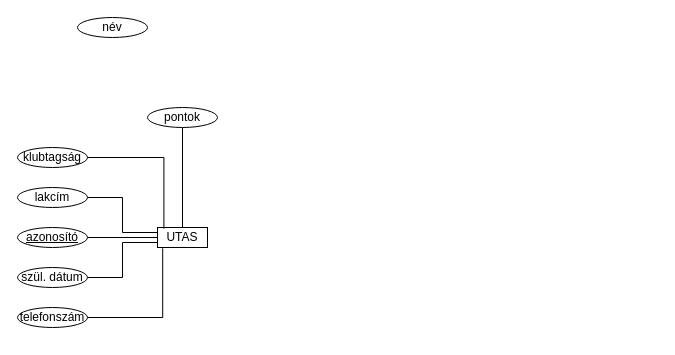
Earlier version of the draw.io diagram adatb2.drawio (Cickanylord/adatblab2). Source tidied: cells renumbered, new cells numbered last; positions are measured from the earlier drawing's top-left corner, leaving out a move shared by most shapes. Both pictures are drawn from the tidied source at 100%, with x=0, y=0 at pixel (17, 17).
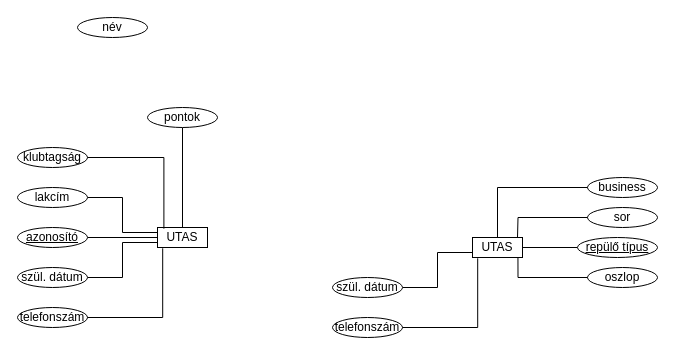
After the change.

What changed in the source:
```diff
@@
+    <mxCell id="17" value="UTAS" style="rounded=0;whiteSpace=wrap;html=1;" parent="1" vertex="1">
+      <mxGeometry x="455" y="220" width="50" height="20" as="geometry" />
+    </mxCell>
+    <mxCell id="18" style="edgeStyle=orthogonalEdgeStyle;rounded=0;jettySize=auto;html=1;exitX=0;exitY=0.5;exitDx=0;exitDy=0;endArrow=none;endFill=0;" parent="1" edge="1" source="19" target="17">
+      <mxGeometry relative="1" as="geometry" />
+    </mxCell>
+    <mxCell id="19" value="&lt;u&gt;repülő típus&lt;/u&gt;" style="ellipse;whiteSpace=wrap;html=1;" parent="1" vertex="1">
+      <mxGeometry x="560" y="220" width="80" height="20" as="geometry" />
+    </mxCell>
+    <mxCell id="20" style="edgeStyle=orthogonalEdgeStyle;rounded=0;jettySize=auto;html=1;entryX=0;entryY=0.75;entryDx=0;entryDy=0;endArrow=none;endFill=0;" parent="1" edge="1" source="21" target="17">
+      <mxGeometry relative="1" as="geometry" />
+    </mxCell>
+    <mxCell id="21" value="szül. dátum" style="ellipse;whiteSpace=wrap;html=1;" parent="1" vertex="1">
+      <mxGeometry x="315" y="260" width="70" height="20" as="geometry" />
+    </mxCell>
+    <mxCell id="22" value="oszlop" style="ellipse;whiteSpace=wrap;html=1;" parent="1" vertex="1">
+      <mxGeometry x="570" y="250" width="70" height="20" as="geometry" />
+    </mxCell>
+    <mxCell id="23" value="sor" style="ellipse;whiteSpace=wrap;html=1;" parent="1" vertex="1">
+      <mxGeometry x="570" y="190" width="70" height="20" as="geometry" />
+    </mxCell>
+    <mxCell id="24" value="telefonszám" style="ellipse;whiteSpace=wrap;html=1;" parent="1" vertex="1">
+      <mxGeometry x="315" y="300" width="70" height="20" as="geometry" />
+    </mxCell>
+    <mxCell id="25" value="business" style="ellipse;whiteSpace=wrap;html=1;" parent="1" vertex="1">
+      <mxGeometry x="570" y="160" width="70" height="20" as="geometry" />
+    </mxCell>
+    <mxCell id="26" style="edgeStyle=orthogonalEdgeStyle;rounded=0;jettySize=auto;html=1;entryX=0.5;entryY=0;entryDx=0;entryDy=0;endArrow=none;endFill=0;" parent="1" edge="1" source="25" target="17">
+      <mxGeometry relative="1" as="geometry">
+        <Array as="points">
+          <mxPoint x="480" y="170" />
+        </Array>
+      </mxGeometry>
+    </mxCell>
+    <mxCell id="27" style="edgeStyle=orthogonalEdgeStyle;rounded=0;jettySize=auto;html=1;exitX=1;exitY=0.5;exitDx=0;exitDy=0;endArrow=none;endFill=0;entryX=0.104;entryY=1.04;entryDx=0;entryDy=0;entryPerimeter=0;" parent="1" edge="1" source="24" target="17">
+      <mxGeometry relative="1" as="geometry" />
+    </mxCell>
+    <mxCell id="28" style="edgeStyle=orthogonalEdgeStyle;rounded=0;orthogonalLoop=1;jettySize=auto;html=1;exitX=0.5;exitY=1;exitDx=0;exitDy=0;" parent="1" edge="1" source="22" target="22">
+      <mxGeometry relative="1" as="geometry" />
+    </mxCell>
+    <mxCell id="29" style="edgeStyle=orthogonalEdgeStyle;rounded=0;jettySize=auto;html=1;endArrow=none;endFill=0;" parent="1" edge="1" source="23">
+      <mxGeometry relative="1" as="geometry">
+        <mxPoint x="500" y="220" as="targetPoint" />
+      </mxGeometry>
+    </mxCell>
+    <mxCell id="30" style="edgeStyle=orthogonalEdgeStyle;rounded=0;jettySize=auto;html=1;entryX=0.909;entryY=0.986;entryDx=0;entryDy=0;entryPerimeter=0;endArrow=none;endFill=0;" parent="1" edge="1" source="22" target="17">
+      <mxGeometry relative="1" as="geometry" />
+    </mxCell>
```
